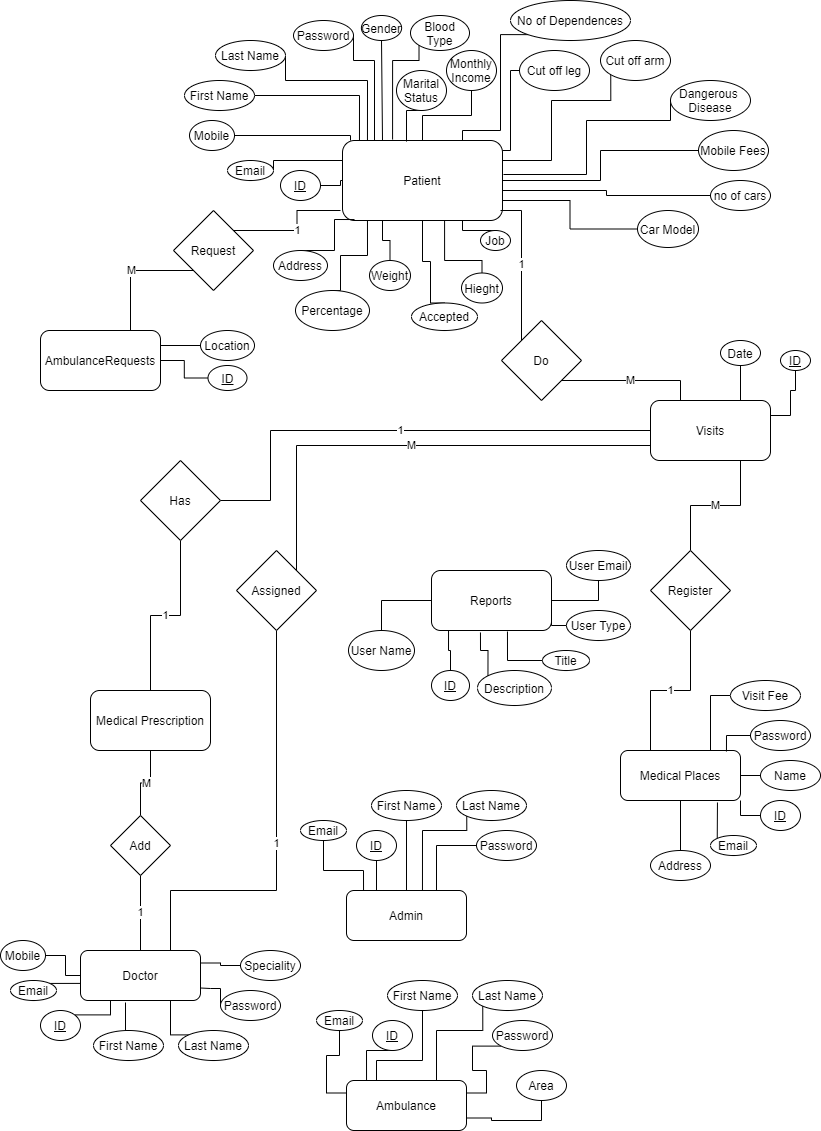
Earlier version of the draw.io export ERD.png (abdelrahmanbonna/Healthy_Shield_Analysis). Source tidied: cells renumbered, new cells last; positions are measured from the earlier drawing's top-left corner, leaving out a move shared by most shapes.
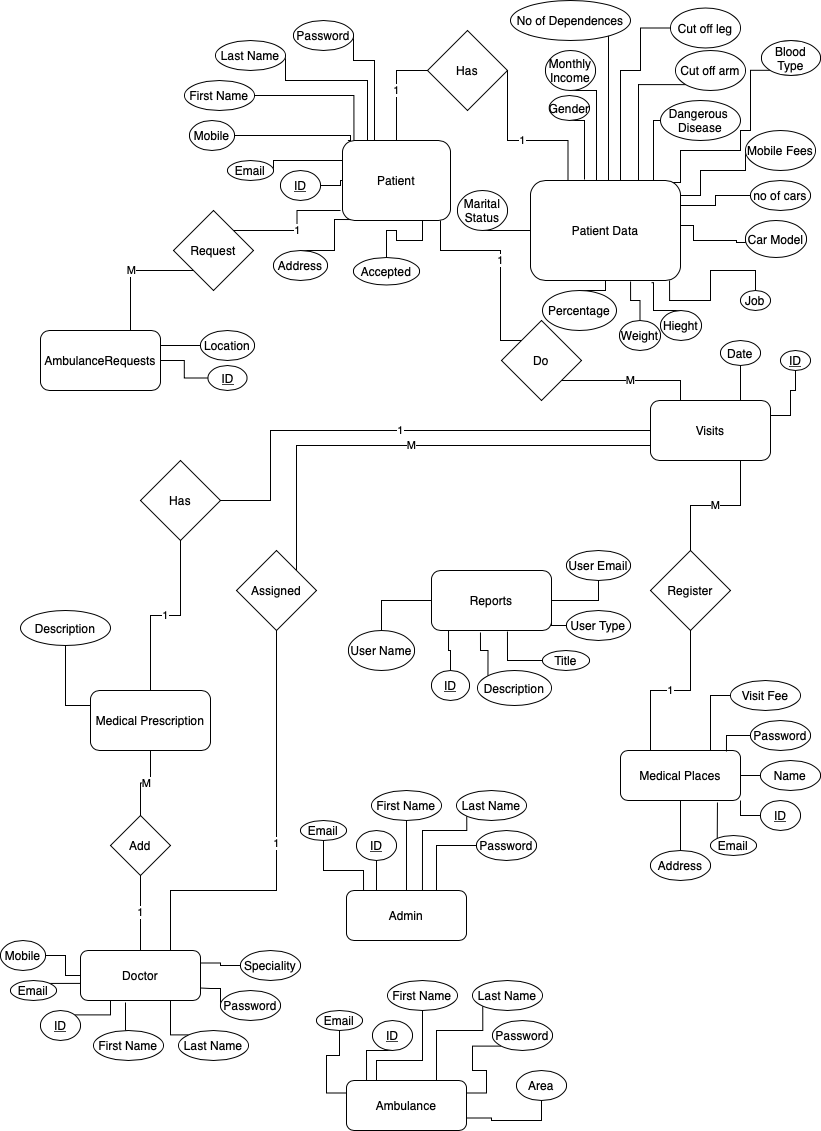
The same diagram one commit later.

Change to the diagram source:
```diff
@@ -2,15 +2,15 @@
   <root>
     <mxCell id="0" />
     <mxCell id="1" parent="0" />
-    <mxCell id="2" style="edgeStyle=orthogonalEdgeStyle;rounded=0;jettySize=auto;html=1;exitX=0.25;exitY=0;exitDx=0;exitDy=0;entryX=0.5;entryY=1;entryDx=0;entryDy=0;endArrow=none;endFill=0;" parent="1" edge="1" source="3" target="110">
+    <mxCell id="2" style="edgeStyle=orthogonalEdgeStyle;rounded=0;jettySize=auto;html=1;exitX=0.36;exitY=-0.01;exitDx=0;exitDy=0;entryX=0.5;entryY=1;entryDx=0;entryDy=0;endArrow=none;endFill=0;exitPerimeter=0;" parent="1" edge="1" source="143" target="110">
       <mxGeometry relative="1" as="geometry">
         <Array as="points">
-          <mxPoint x="382" y="40" />
+          <mxPoint x="584" y="120" />
         </Array>
       </mxGeometry>
     </mxCell>
     <mxCell id="3" value="Patient" style="rounded=1;whiteSpace=wrap;html=1;" parent="1" vertex="1">
-      <mxGeometry x="342" y="140" width="160" height="80" as="geometry" />
+      <mxGeometry x="342" y="140" width="108" height="80" as="geometry" />
     </mxCell>
     <mxCell id="4" value="Admin" style="rounded=1;whiteSpace=wrap;html=1;" parent="1" vertex="1">
       <mxGeometry x="346" y="890" width="120" height="50" as="geometry" />
@@ -293,11 +293,12 @@
     <mxCell id="83" value="Assigned" style="rhombus;whiteSpace=wrap;html=1;" parent="1" vertex="1">
       <mxGeometry x="236" y="550" width="80" height="80" as="geometry" />
     </mxCell>
-    <mxCell id="84" value="1" style="edgeStyle=orthogonalEdgeStyle;rounded=0;jettySize=auto;html=1;exitX=0;exitY=0;exitDx=0;exitDy=0;endArrow=none;endFill=0;" parent="1" edge="1" source="85">
+    <mxCell id="84" value="1" style="edgeStyle=orthogonalEdgeStyle;rounded=0;jettySize=auto;html=1;exitX=0;exitY=0;exitDx=0;exitDy=0;endArrow=none;endFill=0;" parent="1" edge="1" source="85" target="3">
       <mxGeometry relative="1" as="geometry">
-        <mxPoint x="500" y="210" as="targetPoint" />
         <Array as="points">
-          <mxPoint x="521" y="210" />
+          <mxPoint x="500" y="340" />
+          <mxPoint x="500" y="250" />
+          <mxPoint x="440" y="250" />
         </Array>
       </mxGeometry>
     </mxCell>
@@ -401,7 +402,7 @@
       <mxGeometry x="189" y="120" width="45" height="30" as="geometry" />
     </mxCell>
     <mxCell id="110" value="Gender" style="ellipse;whiteSpace=wrap;html=1;" parent="1" vertex="1">
-      <mxGeometry x="360.9" y="15" width="40.2" height="25" as="geometry" />
+      <mxGeometry x="548.8" y="95" width="40.2" height="25" as="geometry" />
     </mxCell>
     <mxCell id="111" style="edgeStyle=orthogonalEdgeStyle;rounded=0;jettySize=auto;html=1;exitX=0.5;exitY=0;exitDx=0;exitDy=0;entryX=0.075;entryY=0.988;entryDx=0;entryDy=0;entryPerimeter=0;endArrow=none;endFill=0;" parent="1" edge="1" source="112" target="3">
       <mxGeometry relative="1" as="geometry">
@@ -413,141 +414,184 @@
     <mxCell id="112" value="Address" style="ellipse;whiteSpace=wrap;html=1;" parent="1" vertex="1">
       <mxGeometry x="273" y="250" width="54" height="30" as="geometry" />
     </mxCell>
-    <mxCell id="113" style="edgeStyle=orthogonalEdgeStyle;rounded=0;jettySize=auto;html=1;exitX=0.5;exitY=0;exitDx=0;exitDy=0;entryX=0.638;entryY=1;entryDx=0;entryDy=0;entryPerimeter=0;endArrow=none;endFill=0;" parent="1" edge="1" source="114" target="3">
+    <mxCell id="113" style="edgeStyle=orthogonalEdgeStyle;rounded=0;jettySize=auto;html=1;exitX=0.5;exitY=0;exitDx=0;exitDy=0;entryX=0.807;entryY=1.022;entryDx=0;entryDy=0;entryPerimeter=0;endArrow=none;endFill=0;" parent="1" edge="1" source="114" target="143">
       <mxGeometry relative="1" as="geometry">
         <Array as="points">
-          <mxPoint x="482" y="260" />
-          <mxPoint x="444" y="260" />
+          <mxPoint x="653" y="310" />
         </Array>
       </mxGeometry>
     </mxCell>
     <mxCell id="114" value="Hieght" style="ellipse;whiteSpace=wrap;html=1;" parent="1" vertex="1">
-      <mxGeometry x="461" y="272.5" width="41" height="30" as="geometry" />
+      <mxGeometry x="660" y="310" width="41" height="30" as="geometry" />
     </mxCell>
-    <mxCell id="115" style="edgeStyle=orthogonalEdgeStyle;rounded=0;jettySize=auto;html=1;exitX=0.5;exitY=0;exitDx=0;exitDy=0;entryX=0.25;entryY=1;entryDx=0;entryDy=0;endArrow=none;endFill=0;" parent="1" edge="1" source="116" target="3">
+    <mxCell id="115" style="edgeStyle=orthogonalEdgeStyle;rounded=0;jettySize=auto;html=1;exitX=0.5;exitY=0;exitDx=0;exitDy=0;entryX=0.667;entryY=1.01;entryDx=0;entryDy=0;endArrow=none;endFill=0;entryPerimeter=0;" parent="1" edge="1" source="116" target="143">
       <mxGeometry relative="1" as="geometry" />
     </mxCell>
     <mxCell id="116" value="Weight" style="ellipse;whiteSpace=wrap;html=1;" parent="1" vertex="1">
-      <mxGeometry x="369" y="260" width="41" height="30" as="geometry" />
+      <mxGeometry x="619" y="320" width="41" height="30" as="geometry" />
     </mxCell>
-    <mxCell id="117" style="edgeStyle=orthogonalEdgeStyle;rounded=0;jettySize=auto;html=1;exitX=0;exitY=1;exitDx=0;exitDy=0;entryX=0.313;entryY=-0.012;entryDx=0;entryDy=0;entryPerimeter=0;endArrow=none;endFill=0;" parent="1" edge="1" source="118" target="3">
+    <mxCell id="117" style="edgeStyle=orthogonalEdgeStyle;rounded=0;jettySize=auto;html=1;exitX=0;exitY=1;exitDx=0;exitDy=0;entryX=0.913;entryY=0.02;entryDx=0;entryDy=0;endArrow=none;endFill=0;entryPerimeter=0;" parent="1" edge="1" source="118" target="143">
       <mxGeometry relative="1" as="geometry">
         <Array as="points">
-          <mxPoint x="419" y="60" />
-          <mxPoint x="392" y="60" />
+          <mxPoint x="750" y="70" />
+          <mxPoint x="750" y="130" />
+          <mxPoint x="740" y="130" />
+          <mxPoint x="740" y="150" />
+          <mxPoint x="680" y="150" />
+          <mxPoint x="680" y="182" />
         </Array>
       </mxGeometry>
     </mxCell>
     <mxCell id="118" value="Blood Type" style="ellipse;whiteSpace=wrap;html=1;" parent="1" vertex="1">
-      <mxGeometry x="410" y="15" width="59" height="35" as="geometry" />
+      <mxGeometry x="761" y="40" width="59" height="35" as="geometry" />
     </mxCell>
-    <mxCell id="119" style="edgeStyle=orthogonalEdgeStyle;rounded=0;jettySize=auto;html=1;exitX=0.5;exitY=1;exitDx=0;exitDy=0;entryX=0.4;entryY=0.013;entryDx=0;entryDy=0;entryPerimeter=0;endArrow=none;endFill=0;" parent="1" edge="1" source="120" target="3">
-      <mxGeometry relative="1" as="geometry" />
+    <mxCell id="119" style="edgeStyle=orthogonalEdgeStyle;rounded=0;jettySize=auto;html=1;exitX=0.5;exitY=1;exitDx=0;exitDy=0;entryX=0;entryY=0.5;entryDx=0;entryDy=0;endArrow=none;endFill=0;" parent="1" edge="1" source="120" target="143">
+      <mxGeometry relative="1" as="geometry">
+        <Array as="points">
+          <mxPoint x="500" y="230" />
+          <mxPoint x="500" y="230" />
+        </Array>
+      </mxGeometry>
     </mxCell>
     <mxCell id="120" value="Marital Status" style="ellipse;whiteSpace=wrap;html=1;" parent="1" vertex="1">
-      <mxGeometry x="396" y="70" width="50" height="40" as="geometry" />
+      <mxGeometry x="457" y="190" width="50" height="40" as="geometry" />
     </mxCell>
-    <mxCell id="121" style="edgeStyle=orthogonalEdgeStyle;rounded=0;jettySize=auto;html=1;exitX=0.5;exitY=0;exitDx=0;exitDy=0;entryX=0.75;entryY=1;entryDx=0;entryDy=0;endArrow=none;endFill=0;" parent="1" edge="1" source="122" target="3">
+    <mxCell id="121" style="edgeStyle=orthogonalEdgeStyle;rounded=0;jettySize=auto;html=1;exitX=0.5;exitY=0;exitDx=0;exitDy=0;entryX=0.927;entryY=1;entryDx=0;entryDy=0;endArrow=none;endFill=0;entryPerimeter=0;" parent="1" edge="1" source="122" target="143">
       <mxGeometry relative="1" as="geometry" />
     </mxCell>
     <mxCell id="122" value="Job" style="ellipse;whiteSpace=wrap;html=1;" parent="1" vertex="1">
-      <mxGeometry x="480" y="230" width="30" height="20" as="geometry" />
+      <mxGeometry x="740" y="290" width="30" height="20" as="geometry" />
     </mxCell>
-    <mxCell id="123" style="edgeStyle=orthogonalEdgeStyle;rounded=0;jettySize=auto;html=1;exitX=0.5;exitY=1;exitDx=0;exitDy=0;entryX=0.5;entryY=0;entryDx=0;entryDy=0;endArrow=none;endFill=0;" parent="1" edge="1" source="124" target="3">
-      <mxGeometry relative="1" as="geometry" />
+    <mxCell id="123" style="edgeStyle=orthogonalEdgeStyle;rounded=0;jettySize=auto;html=1;exitX=0.5;exitY=1;exitDx=0;exitDy=0;entryX=0.44;entryY=0.01;entryDx=0;entryDy=0;endArrow=none;endFill=0;entryPerimeter=0;" parent="1" edge="1" source="124" target="143">
+      <mxGeometry relative="1" as="geometry">
+        <Array as="points">
+          <mxPoint x="596" y="90" />
+        </Array>
+      </mxGeometry>
     </mxCell>
     <mxCell id="124" value="Monthly Income" style="ellipse;whiteSpace=wrap;html=1;" parent="1" vertex="1">
-      <mxGeometry x="446" y="50" width="50" height="40" as="geometry" />
+      <mxGeometry x="545" y="50" width="50" height="40" as="geometry" />
     </mxCell>
-    <mxCell id="125" style="edgeStyle=orthogonalEdgeStyle;rounded=0;jettySize=auto;html=1;exitX=0;exitY=1;exitDx=0;exitDy=0;entryX=0.75;entryY=0;entryDx=0;entryDy=0;endArrow=none;endFill=0;" parent="1" edge="1" source="126" target="3">
+    <mxCell id="125" style="edgeStyle=orthogonalEdgeStyle;rounded=0;jettySize=auto;html=1;exitX=0;exitY=1;exitDx=0;exitDy=0;entryX=0.345;entryY=0;entryDx=0;entryDy=0;endArrow=none;endFill=0;entryPerimeter=0;" parent="1" edge="1" source="126" target="143">
       <mxGeometry relative="1" as="geometry">
         <Array as="points">
-          <mxPoint x="500" y="34" />
-          <mxPoint x="500" y="130" />
-          <mxPoint x="462" y="130" />
+          <mxPoint x="608" y="34" />
         </Array>
       </mxGeometry>
     </mxCell>
     <mxCell id="126" value="No of Dependences" style="ellipse;whiteSpace=wrap;html=1;" parent="1" vertex="1">
       <mxGeometry x="510" width="120" height="40" as="geometry" />
     </mxCell>
-    <mxCell id="127" style="edgeStyle=orthogonalEdgeStyle;rounded=0;jettySize=auto;html=1;exitX=0.5;exitY=0;exitDx=0;exitDy=0;entryX=0.156;entryY=1;entryDx=0;entryDy=0;entryPerimeter=0;endArrow=none;endFill=0;" parent="1" edge="1" source="128" target="3">
+    <mxCell id="127" style="edgeStyle=orthogonalEdgeStyle;rounded=0;jettySize=auto;html=1;exitX=0.5;exitY=0;exitDx=0;exitDy=0;entryX=0.5;entryY=1;entryDx=0;entryDy=0;endArrow=none;endFill=0;" parent="1" edge="1" source="128" target="143">
       <mxGeometry relative="1" as="geometry">
         <Array as="points">
-          <mxPoint x="340" y="290" />
-          <mxPoint x="340" y="255" />
-          <mxPoint x="367" y="255" />
+          <mxPoint x="605" y="290" />
         </Array>
       </mxGeometry>
     </mxCell>
     <mxCell id="128" value="Percentage" style="ellipse;whiteSpace=wrap;html=1;" parent="1" vertex="1">
-      <mxGeometry x="295" y="290" width="74" height="40" as="geometry" />
+      <mxGeometry x="542" y="290" width="74" height="40" as="geometry" />
     </mxCell>
     <mxCell id="129" style="edgeStyle=orthogonalEdgeStyle;rounded=0;jettySize=auto;html=1;exitX=0.5;exitY=0;exitDx=0;exitDy=0;entryX=0.5;entryY=1;entryDx=0;entryDy=0;endArrow=none;endFill=0;" parent="1" edge="1" source="130" target="3">
       <mxGeometry relative="1" as="geometry">
         <Array as="points">
-          <mxPoint x="430" y="303" />
-          <mxPoint x="430" y="261" />
-          <mxPoint x="422" y="261" />
+          <mxPoint x="386" y="230" />
+          <mxPoint x="396" y="230" />
+          <mxPoint x="396" y="240" />
+          <mxPoint x="422" y="240" />
+          <mxPoint x="422" y="220" />
         </Array>
       </mxGeometry>
     </mxCell>
     <mxCell id="130" value="Accepted" style="ellipse;whiteSpace=wrap;html=1;" parent="1" vertex="1">
-      <mxGeometry x="411" y="302.5" width="66" height="27.5" as="geometry" />
+      <mxGeometry x="353" y="257" width="66" height="27.5" as="geometry" />
     </mxCell>
-    <mxCell id="131" style="edgeStyle=orthogonalEdgeStyle;rounded=0;jettySize=auto;html=1;exitX=0;exitY=1;exitDx=0;exitDy=0;entryX=1;entryY=0.25;entryDx=0;entryDy=0;endArrow=none;endFill=0;" parent="1" edge="1" source="132" target="3">
+    <mxCell id="131" style="edgeStyle=orthogonalEdgeStyle;rounded=0;jettySize=auto;html=1;exitX=0;exitY=1;exitDx=0;exitDy=0;entryX=0.25;entryY=0;entryDx=0;entryDy=0;endArrow=none;endFill=0;" parent="1" edge="1" source="132" target="143">
       <mxGeometry relative="1" as="geometry">
         <Array as="points">
-          <mxPoint x="610" y="100" />
-          <mxPoint x="551" y="100" />
-          <mxPoint x="551" y="160" />
+          <mxPoint x="638" y="84" />
         </Array>
       </mxGeometry>
     </mxCell>
     <mxCell id="132" value="Cut off arm" style="ellipse;whiteSpace=wrap;html=1;" parent="1" vertex="1">
-      <mxGeometry x="600" y="40" width="70" height="40" as="geometry" />
+      <mxGeometry x="675" y="50" width="70" height="40" as="geometry" />
     </mxCell>
-    <mxCell id="133" style="edgeStyle=orthogonalEdgeStyle;rounded=0;jettySize=auto;html=1;exitX=0;exitY=0.5;exitDx=0;exitDy=0;endArrow=none;endFill=0;" parent="1" edge="1" source="134">
+    <mxCell id="133" style="edgeStyle=orthogonalEdgeStyle;rounded=0;jettySize=auto;html=1;exitX=0;exitY=0.5;exitDx=0;exitDy=0;endArrow=none;endFill=0;entryX=0.091;entryY=0.083;entryDx=0;entryDy=0;entryPerimeter=0;" parent="1" edge="1" source="134" target="143">
       <mxGeometry relative="1" as="geometry">
-        <mxPoint x="502" y="150" as="targetPoint" />
         <Array as="points">
-          <mxPoint x="510" y="70" />
-          <mxPoint x="510" y="150" />
+          <mxPoint x="640" y="28" />
+          <mxPoint x="640" y="70" />
+          <mxPoint x="620" y="70" />
         </Array>
       </mxGeometry>
     </mxCell>
     <mxCell id="134" value="Cut off leg" style="ellipse;whiteSpace=wrap;html=1;" parent="1" vertex="1">
-      <mxGeometry x="519" y="50" width="70" height="40" as="geometry" />
+      <mxGeometry x="670" y="7.5" width="70" height="40" as="geometry" />
     </mxCell>
-    <mxCell id="135" style="edgeStyle=orthogonalEdgeStyle;rounded=0;jettySize=auto;html=1;exitX=0;exitY=0.5;exitDx=0;exitDy=0;entryX=1.006;entryY=0.425;entryDx=0;entryDy=0;entryPerimeter=0;endArrow=none;endFill=0;" parent="1" edge="1" source="136" target="3">
+    <mxCell id="135" style="edgeStyle=orthogonalEdgeStyle;rounded=0;jettySize=auto;html=1;exitX=0;exitY=0.5;exitDx=0;exitDy=0;entryX=0.75;entryY=0;entryDx=0;entryDy=0;endArrow=none;endFill=0;" parent="1" edge="1" source="136" target="143">
       <mxGeometry relative="1" as="geometry">
         <Array as="points">
-          <mxPoint x="670" y="120" />
-          <mxPoint x="586" y="120" />
-          <mxPoint x="586" y="174" />
+          <mxPoint x="653" y="120" />
         </Array>
       </mxGeometry>
     </mxCell>
     <mxCell id="136" value="Dangerous&amp;nbsp; Disease" style="ellipse;whiteSpace=wrap;html=1;" parent="1" vertex="1">
-      <mxGeometry x="670" y="80" width="80" height="40" as="geometry" />
+      <mxGeometry x="660" y="100" width="80" height="40" as="geometry" />
     </mxCell>
-    <mxCell id="137" style="edgeStyle=orthogonalEdgeStyle;rounded=0;jettySize=auto;html=1;exitX=0;exitY=0.5;exitDx=0;exitDy=0;endArrow=none;endFill=0;" parent="1" edge="1" source="138" target="3">
-      <mxGeometry relative="1" as="geometry" />
+    <mxCell id="137" style="edgeStyle=orthogonalEdgeStyle;rounded=0;jettySize=auto;html=1;exitX=0;exitY=0.5;exitDx=0;exitDy=0;endArrow=none;endFill=0;entryX=1;entryY=0.25;entryDx=0;entryDy=0;" parent="1" edge="1" source="138" target="143">
+      <mxGeometry relative="1" as="geometry">
+        <Array as="points">
+          <mxPoint x="745" y="170" />
+          <mxPoint x="700" y="170" />
+          <mxPoint x="700" y="195" />
+        </Array>
+      </mxGeometry>
     </mxCell>
     <mxCell id="138" value="Mobile Fees" style="ellipse;whiteSpace=wrap;html=1;" parent="1" vertex="1">
-      <mxGeometry x="698" y="130" width="70" height="40" as="geometry" />
+      <mxGeometry x="745" y="130" width="70" height="40" as="geometry" />
     </mxCell>
-    <mxCell id="139" style="edgeStyle=orthogonalEdgeStyle;rounded=0;jettySize=auto;html=1;exitX=0;exitY=0.5;exitDx=0;exitDy=0;entryX=1;entryY=0.625;entryDx=0;entryDy=0;entryPerimeter=0;endArrow=none;endFill=0;" parent="1" edge="1" source="140" target="3">
+    <mxCell id="139" style="edgeStyle=orthogonalEdgeStyle;rounded=0;jettySize=auto;html=1;exitX=0;exitY=0.5;exitDx=0;exitDy=0;entryX=1;entryY=0.25;entryDx=0;entryDy=0;endArrow=none;endFill=0;" parent="1" edge="1" source="140" target="143">
       <mxGeometry relative="1" as="geometry" />
     </mxCell>
     <mxCell id="140" value="no of cars" style="ellipse;whiteSpace=wrap;html=1;" parent="1" vertex="1">
-      <mxGeometry x="710" y="180" width="60" height="30" as="geometry" />
+      <mxGeometry x="750" y="180" width="60" height="30" as="geometry" />
     </mxCell>
-    <mxCell id="141" style="edgeStyle=orthogonalEdgeStyle;rounded=0;jettySize=auto;html=1;exitX=0;exitY=0.5;exitDx=0;exitDy=0;entryX=1;entryY=0.75;entryDx=0;entryDy=0;endArrow=none;endFill=0;" parent="1" edge="1" source="142" target="3">
-      <mxGeometry relative="1" as="geometry" />
+    <mxCell id="141" style="edgeStyle=orthogonalEdgeStyle;rounded=0;jettySize=auto;html=1;exitX=0;exitY=0.5;exitDx=0;exitDy=0;entryX=1;entryY=0.75;entryDx=0;entryDy=0;endArrow=none;endFill=0;" parent="1" edge="1" source="142" target="143">
+      <mxGeometry relative="1" as="geometry">
+        <Array as="points">
+          <mxPoint x="745" y="242" />
+          <mxPoint x="736" y="242" />
+          <mxPoint x="736" y="240" />
+          <mxPoint x="693" y="240" />
+          <mxPoint x="693" y="225" />
+        </Array>
+      </mxGeometry>
     </mxCell>
     <mxCell id="142" value="Car Model" style="ellipse;whiteSpace=wrap;html=1;" parent="1" vertex="1">
-      <mxGeometry x="637" y="210" width="61" height="37" as="geometry" />
+      <mxGeometry x="745" y="220" width="61" height="37" as="geometry" />
     </mxCell>
+    <mxCell id="143" value="Patient Data" style="rounded=1;whiteSpace=wrap;html=1;" parent="1" vertex="1">
+      <mxGeometry x="530" y="180" width="150" height="100" as="geometry" />
+    </mxCell>
+    <mxCell id="144" value="1" style="edgeStyle=orthogonalEdgeStyle;rounded=0;jettySize=auto;html=1;exitX=0;exitY=0.5;exitDx=0;exitDy=0;entryX=0.5;entryY=0;entryDx=0;entryDy=0;endArrow=none;endFill=0;" parent="1" edge="1" source="146" target="3">
+      <mxGeometry relative="1" as="geometry" />
+    </mxCell>
+    <mxCell id="145" value="1" style="edgeStyle=orthogonalEdgeStyle;rounded=0;jettySize=auto;html=1;exitX=1;exitY=0.5;exitDx=0;exitDy=0;entryX=0.25;entryY=0;entryDx=0;entryDy=0;endArrow=none;endFill=0;" parent="1" edge="1" source="146" target="143">
+      <mxGeometry relative="1" as="geometry">
+        <Array as="points">
+          <mxPoint x="507" y="140" />
+          <mxPoint x="568" y="140" />
+        </Array>
+      </mxGeometry>
+    </mxCell>
+    <mxCell id="146" value="Has" style="rhombus;whiteSpace=wrap;html=1;" parent="1" vertex="1">
+      <mxGeometry x="427" y="30" width="80" height="80" as="geometry" />
+    </mxCell>
+    <mxCell id="147" style="edgeStyle=orthogonalEdgeStyle;rounded=0;jettySize=auto;html=1;endArrow=none;endFill=0;entryX=0;entryY=0.25;entryDx=0;entryDy=0;" parent="1" edge="1" source="148" target="12">
+      <mxGeometry relative="1" as="geometry" />
+    </mxCell>
+    <mxCell id="148" value="Description" style="ellipse;whiteSpace=wrap;html=1;" parent="1" vertex="1">
+      <mxGeometry x="20" y="610" width="90" height="35" as="geometry" />
+    </mxCell>
   </root>
 </mxGraphModel>
```
